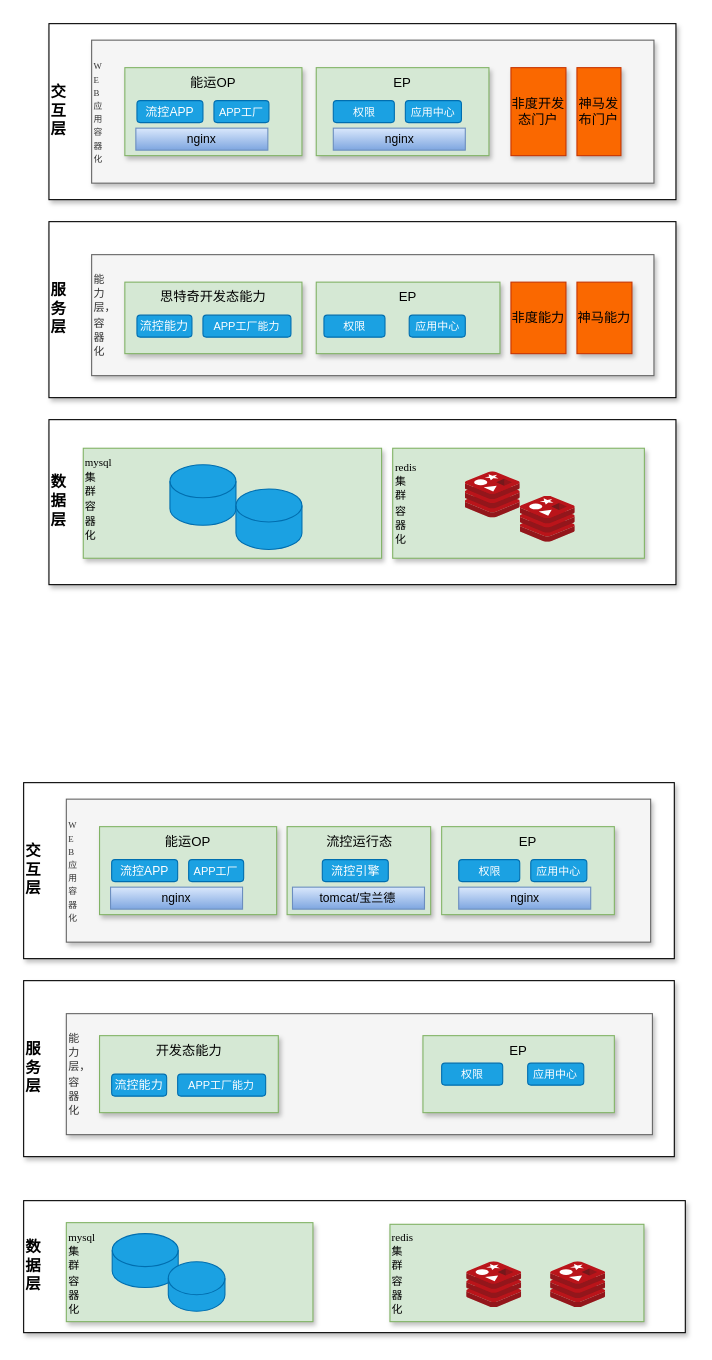
Earlier version of the draw.io diagram page "部署架构-12月底" (6 of 7) of 流控.drawio (qymmdj/draw-io). Source tidied: cells renumbered, new cells numbered last; positions are measured from the earlier drawing's top-left corner, leaving out a move shared by most shapes. Both pictures are drawn from the tidied source at 110%, with x=0, y=0 at pixel (23, 23).
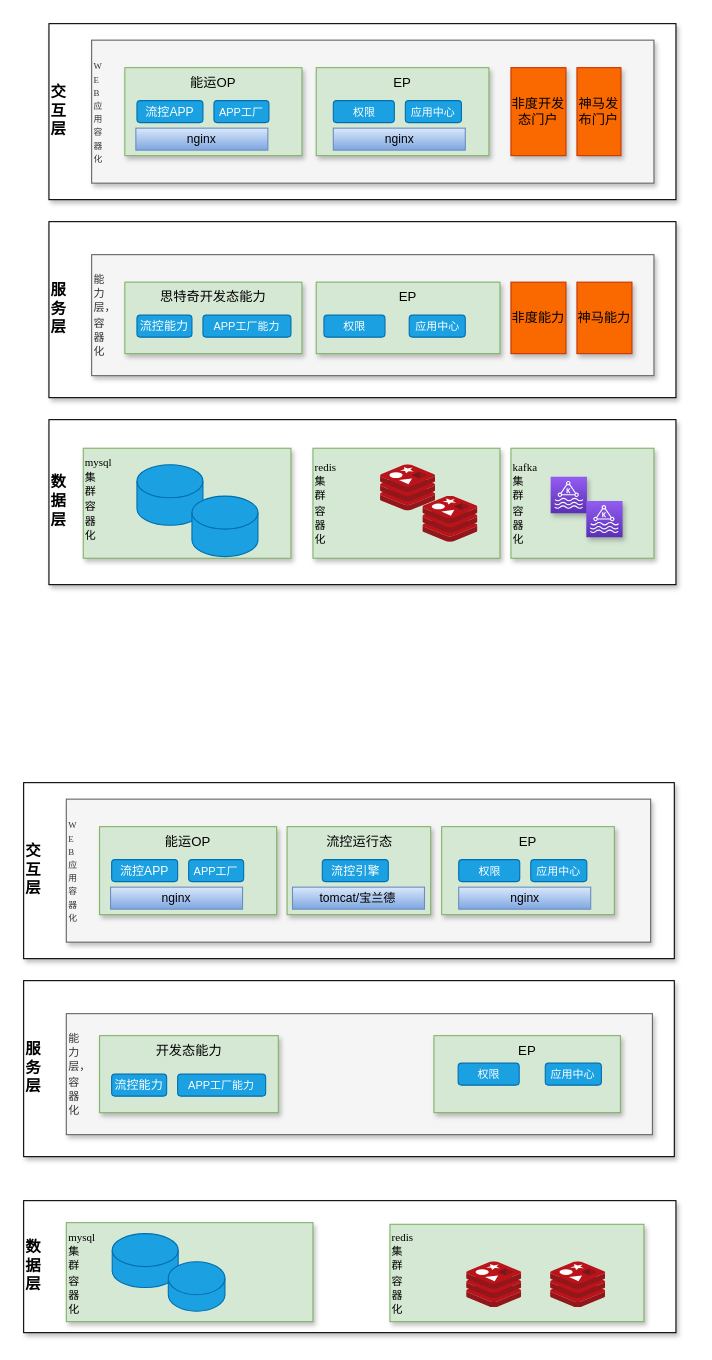
After the change.

Diff of the diagram source:
```diff
@@
+    <mxCell id="59" value="&lt;font style=&quot;font-size: 10px&quot; face=&quot;Times New Roman&quot;&gt;kafka&lt;br&gt;集&lt;br&gt;群&lt;br&gt;容&lt;br&gt;器&lt;br&gt;化&lt;/font&gt;" style="rounded=0;whiteSpace=wrap;html=1;fontSize=11;align=left;horizontal=1;verticalAlign=middle;fillColor=#d5e8d4;strokeColor=#82b366;shadow=1;" parent="1" vertex="1">
+      <mxGeometry x="443" y="386" width="130" height="100" as="geometry" />
+    </mxCell>
@@
     <mxCell id="5" value="&lt;font style=&quot;font-size: 10px&quot; face=&quot;Times New Roman&quot;&gt;redis&lt;br&gt;集&lt;br&gt;群&lt;br&gt;容&lt;br&gt;器&lt;br&gt;化&lt;/font&gt;" style="rounded=0;whiteSpace=wrap;html=1;fontSize=11;align=left;horizontal=1;verticalAlign=middle;fillColor=#d5e8d4;strokeColor=#82b366;shadow=1;" parent="1" vertex="1">
-      <mxGeometry x="335.5" y="386" width="228.8" height="100" as="geometry" />
+      <mxGeometry x="263" y="386" width="170" height="100" as="geometry" />
     </mxCell>
     <mxCell id="6" value="&lt;font style=&quot;font-size: 10px&quot; face=&quot;Times New Roman&quot;&gt;mysql&lt;br&gt;集&lt;br&gt;群&lt;br&gt;容&lt;br&gt;器&lt;br&gt;化&lt;/font&gt;" style="rounded=0;whiteSpace=wrap;html=1;fontSize=11;align=left;horizontal=1;verticalAlign=top;fillColor=#d5e8d4;strokeColor=#82b366;shadow=1;" parent="1" vertex="1">
-      <mxGeometry x="54.2" y="386" width="271.2" height="100" as="geometry" />
+      <mxGeometry x="54.2" y="386" width="188.8" height="100" as="geometry" />
     </mxCell>
@@
     <mxCell id="27" style="sketch=0;html=1;align=center;image;fontSize=12;image=img/lib/mscae/Cache_Redis_Product.svg;rounded=1;fontFamily=Times New Roman;" parent="1" vertex="1">
-      <mxGeometry x="401.5" y="407.5" width="50" height="42" as="geometry" />
+      <mxGeometry x="324.5" y="401" width="50" height="42" as="geometry" />
     </mxCell>
     <mxCell id="28" style="sketch=0;html=1;align=center;image;fontSize=12;image=img/lib/mscae/Cache_Redis_Product.svg;rounded=1;fontFamily=Times New Roman;" parent="1" vertex="1">
-      <mxGeometry x="451.5" y="429.5" width="50" height="42" as="geometry" />
+      <mxGeometry x="363" y="429.5" width="50" height="42" as="geometry" />
     </mxCell>
     <mxCell id="29" style="shape=cylinder3;whiteSpace=wrap;html=1;boundedLbl=1;backgroundOutline=1;size=15;rounded=1;fontFamily=Times New Roman;fontSize=10;fillColor=#1ba1e2;fontColor=#ffffff;strokeColor=#006EAF;" parent="1" vertex="1">
-      <mxGeometry x="133" y="401" width="60" height="55" as="geometry" />
+      <mxGeometry x="103" y="401" width="60" height="55" as="geometry" />
     </mxCell>
     <mxCell id="30" style="shape=cylinder3;whiteSpace=wrap;html=1;boundedLbl=1;backgroundOutline=1;size=15;rounded=1;fontFamily=Times New Roman;fontSize=10;fillColor=#1ba1e2;fontColor=#ffffff;strokeColor=#006EAF;" parent="1" vertex="1">
-      <mxGeometry x="193" y="423" width="60" height="55" as="geometry" />
+      <mxGeometry x="153" y="429.5" width="60" height="55" as="geometry" />
     </mxCell>
     <mxCell id="31" value="数&lt;br style=&quot;font-size: 14px;&quot;&gt;据&lt;br style=&quot;font-size: 14px;&quot;&gt;层" style="rounded=0;whiteSpace=wrap;html=1;labelBackgroundColor=default;labelBorderColor=none;fontFamily=Times New Roman;fontSize=14;align=left;fontStyle=1;shadow=1;" parent="1" vertex="1">
-      <mxGeometry y="1070" width="601.5" height="120" as="geometry" />
+      <mxGeometry y="1070" width="593" height="120" as="geometry" />
     </mxCell>
@@
     <mxCell id="46" value="EP" style="rounded=0;whiteSpace=wrap;html=1;verticalAlign=top;fillColor=#d5e8d4;strokeColor=#82b366;shadow=1;" parent="1" vertex="1">
-      <mxGeometry x="363" y="920" width="174" height="70" as="geometry" />
+      <mxGeometry x="373" y="920" width="169.5" height="70" as="geometry" />
     </mxCell>
@@
     <mxCell id="50" value="权限" style="rounded=1;whiteSpace=wrap;html=1;fontSize=10;fillColor=#1ba1e2;fontColor=#ffffff;strokeColor=#006EAF;" parent="1" vertex="1">
-      <mxGeometry x="380" y="945" width="55.5" height="20" as="geometry" />
+      <mxGeometry x="395" y="945" width="55.5" height="20" as="geometry" />
     </mxCell>
     <mxCell id="51" value="应用中心" style="rounded=1;whiteSpace=wrap;html=1;fontSize=10;fillColor=#1ba1e2;fontColor=#ffffff;strokeColor=#006EAF;" parent="1" vertex="1">
-      <mxGeometry x="458.2" y="945" width="51" height="20" as="geometry" />
+      <mxGeometry x="474.2" y="945" width="51" height="20" as="geometry" />
     </mxCell>
@@
+    <mxCell id="60" style="sketch=0;fontColor=#232F3E;gradientColor=#945DF2;gradientDirection=north;fillColor=#5A30B5;strokeColor=#ffffff;dashed=0;verticalLabelPosition=bottom;verticalAlign=top;align=center;html=1;fontSize=12;fontStyle=0;shape=mxgraph.aws4.resourceIcon;resIcon=mxgraph.aws4.managed_streaming_for_kafka;rounded=1;shadow=1;labelBackgroundColor=default;labelBorderColor=none;fontFamily=Times New Roman;" parent="1" vertex="1">
+      <mxGeometry x="479.1" y="412" width="33" height="33" as="geometry" />
+    </mxCell>
+    <mxCell id="61" style="sketch=0;fontColor=#232F3E;gradientColor=#945DF2;gradientDirection=north;fillColor=#5A30B5;strokeColor=#ffffff;dashed=0;verticalLabelPosition=bottom;verticalAlign=top;align=center;html=1;fontSize=12;fontStyle=0;shape=mxgraph.aws4.resourceIcon;resIcon=mxgraph.aws4.managed_streaming_for_kafka;rounded=1;shadow=1;labelBackgroundColor=default;labelBorderColor=none;fontFamily=Times New Roman;" parent="1" vertex="1">
+      <mxGeometry x="511.5" y="434" width="33" height="33" as="geometry" />
+    </mxCell>
```
